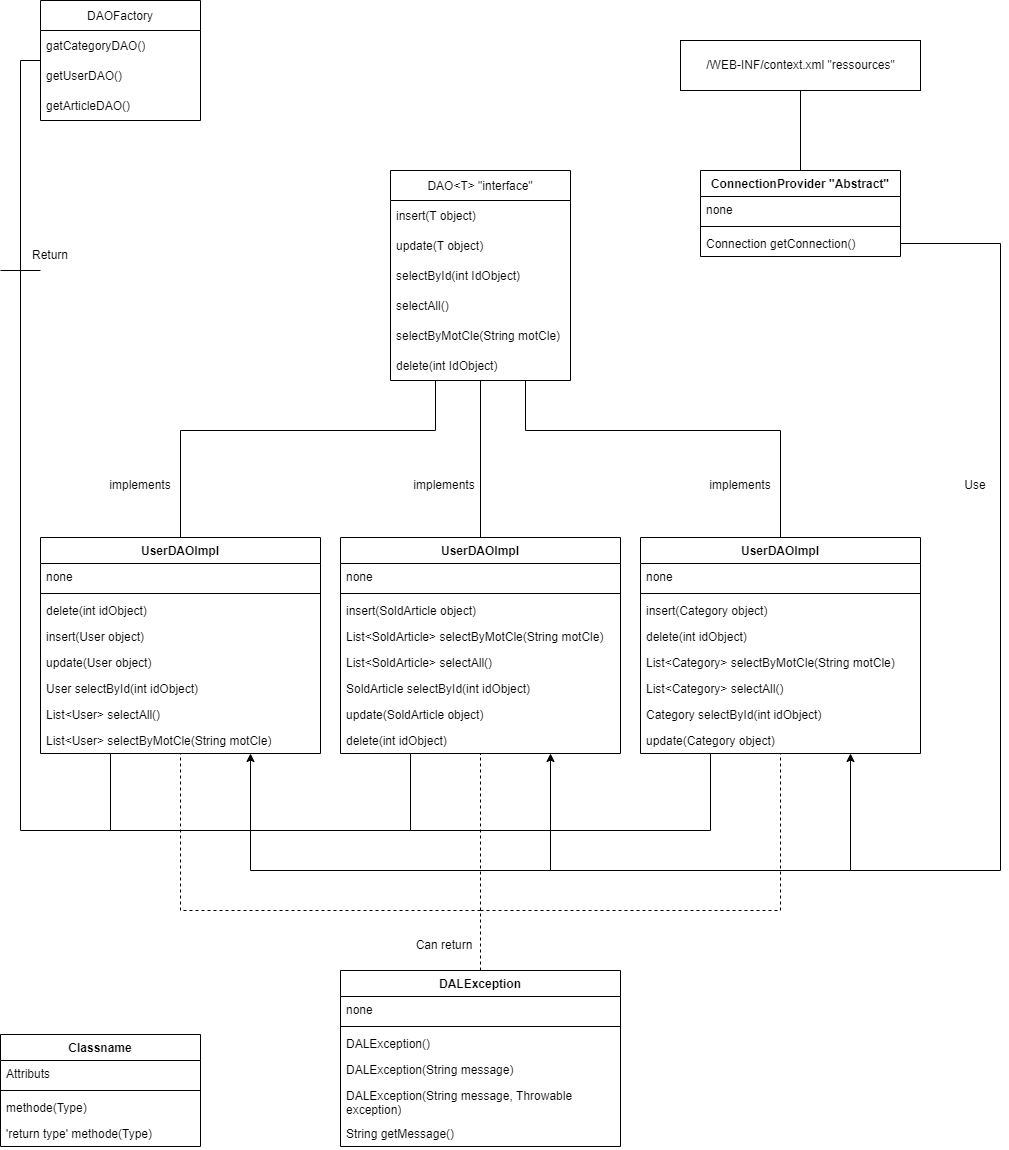
This is Diagram/Diagram DAL.png from Deadrix/ENCHERES-ENI, a draw.io export, as it was before one commit. Source tidied: cells renumbered, new cells last; positions are measured from the earlier drawing's top-left corner, leaving out a move shared by most shapes.
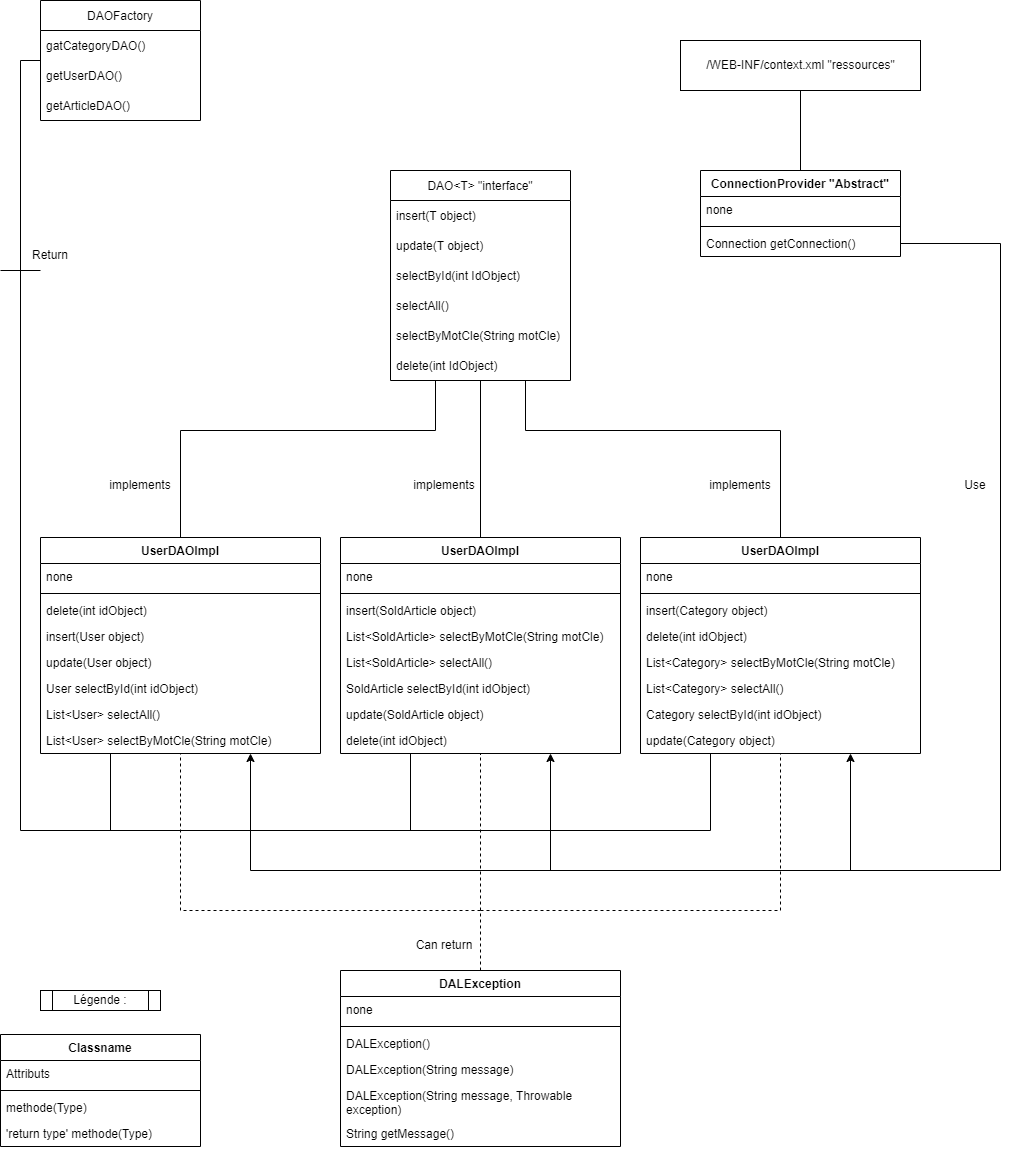
The same diagram one commit later.

What changed in the source:
```diff
@@ -272,5 +272,8 @@
     <mxCell id="76" value="'return type' methode(Type)" style="text;strokeColor=none;fillColor=none;align=left;verticalAlign=top;spacingLeft=4;spacingRight=4;overflow=hidden;" parent="72" vertex="1">
       <mxGeometry y="86" width="200" height="26" as="geometry" />
     </mxCell>
+    <mxCell id="77" value="Légende :" style="shape=process;whiteSpace=wrap;html=1;backgroundOutline=1;" parent="1" vertex="1">
+      <mxGeometry x="40" y="990" width="120" height="20" as="geometry" />
+    </mxCell>
   </root>
 </mxGraphModel>
```
